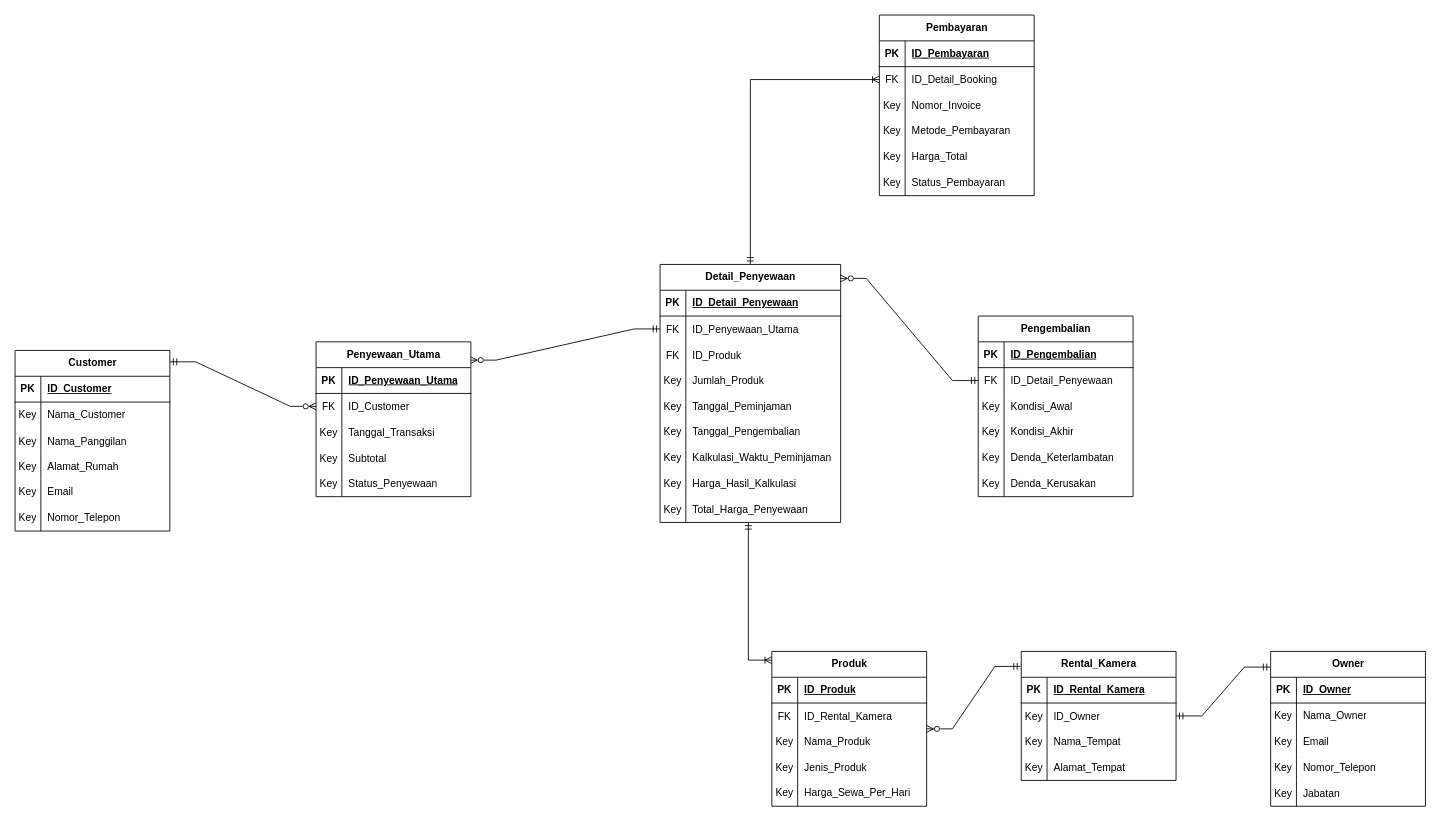
King-Ag-Jv/Project-Atrem keeps this draw.io diagram as page "Revisi-3" (3 of 3) of sistem-rental-kamera.drawio. Above is the earlier version. Source tidied: cells renumbered, new cells numbered last; positions are measured from the earlier drawing's top-left corner, leaving out a move shared by most shapes. Both pictures are drawn from the tidied source at 86%, with x=0, y=0 at pixel (15, 15).
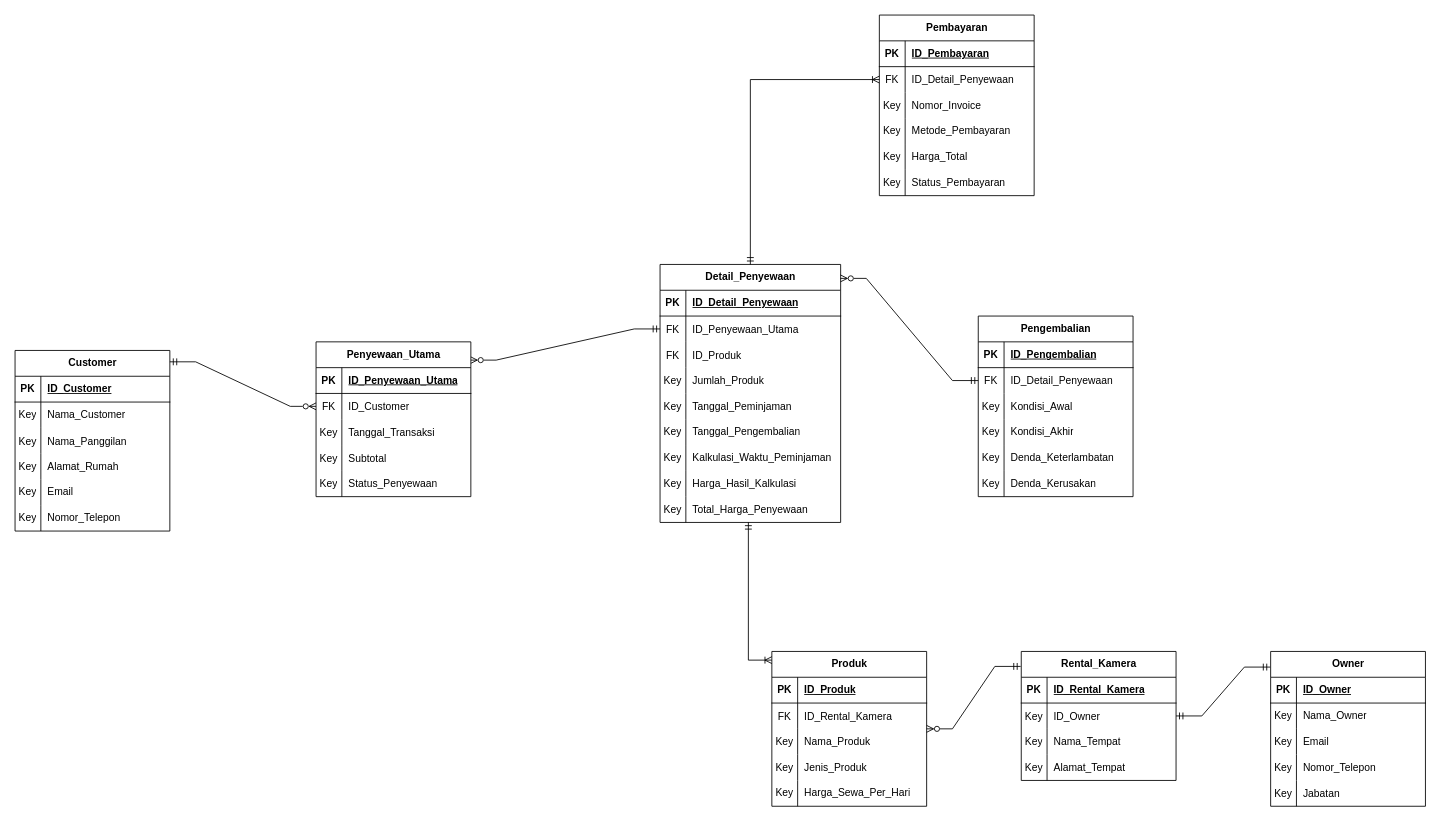
The same diagram, later.

The change refers to these unchanged cells:
```xml
<mxCell id="57" style="shape=tableRow;horizontal=0;startSize=0;swimlaneHead=0;swimlaneBody=0;fillColor=none;points=[[0,0.5],[1,0.5]];portConstraint=eastwest;top=0;left=0;right=0;bottom=0;" parent="53" vertex="1">
  <mxGeometry y="60" width="180" height="30" as="geometry" />
</mxCell>
```

Change to the diagram source:
```diff
@@
-    <mxCell id="59" value="ID_Detail_Booking" style="shape=partialRectangle;fillColor=none;top=0;left=0;bottom=0;right=0;align=left;spacingLeft=6;overflow=hidden;" parent="57" vertex="1">
+    <mxCell id="59" value="ID_Detail_Penyewaan" style="shape=partialRectangle;fillColor=none;top=0;left=0;bottom=0;right=0;align=left;spacingLeft=6;overflow=hidden;" parent="57" vertex="1">
       <mxGeometry x="30" width="150" height="30" as="geometry" />
     </mxCell>
```
